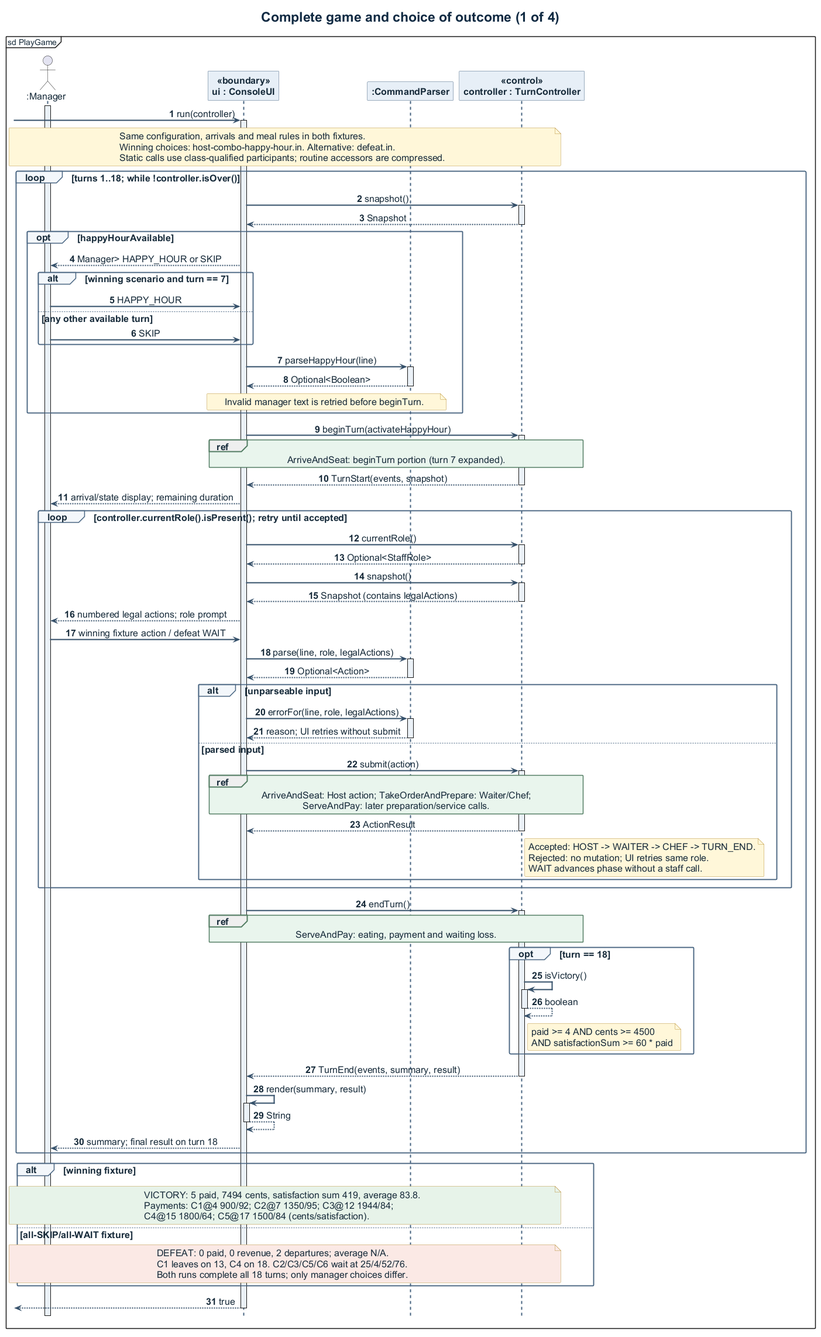
Earlier version of the PlantUML export docs/diagrams/exports/sequence-1-game.png (respoopu/SC2002-lab-assignment-final). Its source is kept beside it as docs/diagrams/sequence-1-game.puml.
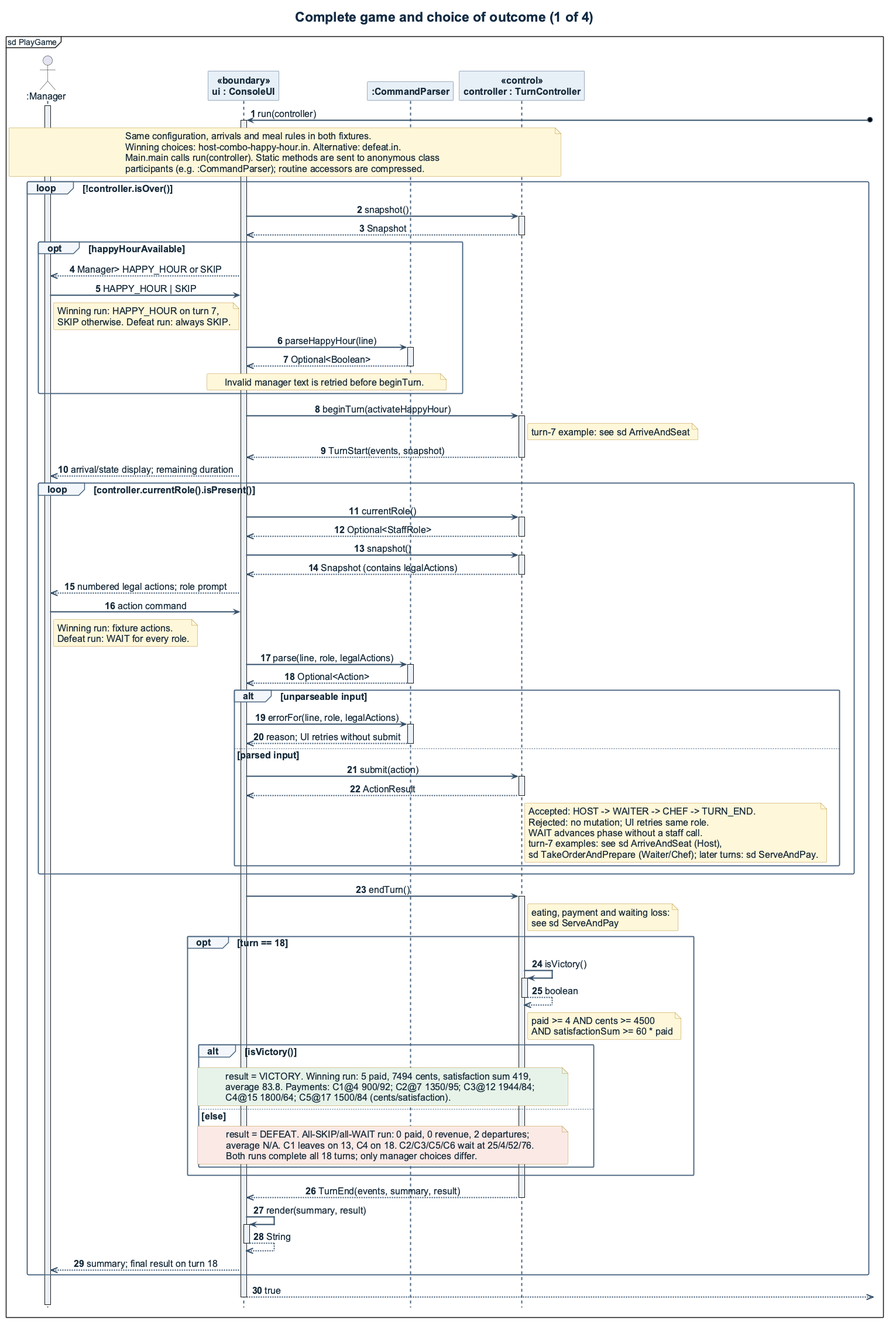
The same file after the commit.

The edit, as a diff of the source:
```diff
@@ -9,81 +9,78 @@
 participant "controller : TurnController" as TC <<control>>
 autonumber
 activate Manager
-[-> UI ++ : run(controller)
+UI <-o] ++ : run(controller)
 note over Manager, TC
   Same configuration, arrivals and meal rules in both fixtures.
   Winning choices: host-combo-happy-hour.in. Alternative: defeat.in.
-  Static calls use class-qualified participants; routine accessors are compressed.
+  Main.main calls run(controller). Static methods are sent to anonymous class
+  participants (e.g. :CommandParser); routine accessors are compressed.
 end note
-loop turns 1..18; while !controller.isOver()
+loop !controller.isOver()
   UI -> TC ++ : snapshot()
-  TC --> UI -- : Snapshot
+  TC -->> UI -- : Snapshot
   opt happyHourAvailable
-    UI --> Manager : Manager> HAPPY_HOUR or SKIP
-    alt winning scenario and turn == 7
-      Manager -> UI : HAPPY_HOUR
-    else any other available turn
-      Manager -> UI : SKIP
-    end
+    UI -->> Manager : Manager> HAPPY_HOUR or SKIP
+    Manager -> UI : HAPPY_HOUR | SKIP
+    note right of Manager : Winning run: HAPPY_HOUR on turn 7,\nSKIP otherwise. Defeat run: always SKIP.
     UI -> Parser ++ : parseHappyHour(line)
-    Parser --> UI -- : Optional<Boolean>
+    Parser -->> UI -- : Optional<Boolean>
     note over UI, Parser : Invalid manager text is retried before beginTurn.
   end
   UI -> TC ++ : beginTurn(activateHappyHour)
-  ref over UI, TC : ArriveAndSeat: beginTurn portion (turn 7 expanded).
-  TC --> UI -- : TurnStart(events, snapshot)
-  UI --> Manager : arrival/state display; remaining duration
-  loop controller.currentRole().isPresent(); retry until accepted
+  note right of TC : turn-7 example: see sd ArriveAndSeat
+  TC -->> UI -- : TurnStart(events, snapshot)
+  UI -->> Manager : arrival/state display; remaining duration
+  loop controller.currentRole().isPresent()
     UI -> TC ++ : currentRole()
-    TC --> UI -- : Optional<StaffRole>
+    TC -->> UI -- : Optional<StaffRole>
     UI -> TC ++ : snapshot()
-    TC --> UI -- : Snapshot (contains legalActions)
-    UI --> Manager : numbered legal actions; role prompt
-    Manager -> UI : winning fixture action / defeat WAIT
+    TC -->> UI -- : Snapshot (contains legalActions)
+    UI -->> Manager : numbered legal actions; role prompt
+    Manager -> UI : action command
+    note right of Manager : Winning run: fixture actions.\nDefeat run: WAIT for every role.
     UI -> Parser ++ : parse(line, role, legalActions)
-    Parser --> UI -- : Optional<Action>
+    Parser -->> UI -- : Optional<Action>
     alt unparseable input
       UI -> Parser ++ : errorFor(line, role, legalActions)
-      Parser --> UI -- : reason; UI retries without submit
+      Parser -->> UI -- : reason; UI retries without submit
     else parsed input
       UI -> TC ++ : submit(action)
-      ref over UI, TC
-        ArriveAndSeat: Host action; TakeOrderAndPrepare: Waiter/Chef;
-        ServeAndPay: later preparation/service calls.
-      end ref
-      TC --> UI -- : ActionResult
+      TC -->> UI -- : ActionResult
       note right of TC
         Accepted: HOST -> WAITER -> CHEF -> TURN_END.
         Rejected: no mutation; UI retries same role.
         WAIT advances phase without a staff call.
+        turn-7 examples: see sd ArriveAndSeat (Host),
+        sd TakeOrderAndPrepare (Waiter/Chef); later turns: sd ServeAndPay.
       end note
     end
   end
   UI -> TC ++ : endTurn()
-  ref over UI, TC : ServeAndPay: eating, payment and waiting loss.
+  note right of TC : eating, payment and waiting loss:\nsee sd ServeAndPay
   opt turn == 18
     TC -> TC ++ : isVictory()
-    TC --> TC -- : boolean
+    TC -->> TC -- : boolean
     note right of TC : paid >= 4 AND cents >= 4500\nAND satisfactionSum >= 60 * paid
+    alt isVictory()
+      note over UI, TC #E7F3E9
+        result = VICTORY. Winning run: 5 paid, 7494 cents, satisfaction sum 419,
+        average 83.8. Payments: C1@4 900/92; C2@7 1350/95; C3@12 1944/84;
+        C4@15 1800/64; C5@17 1500/84 (cents/satisfaction).
+      end note
+    else else
+      note over UI, TC #FAE9E5
+        result = DEFEAT. All-SKIP/all-WAIT run: 0 paid, 0 revenue, 2 departures;
+        average N/A. C1 leaves on 13, C4 on 18. C2/C3/C5/C6 wait at 25/4/52/76.
+        Both runs complete all 18 turns; only manager choices differ.
+      end note
+    end
   end
-  TC --> UI -- : TurnEnd(events, summary, result)
+  TC -->> UI -- : TurnEnd(events, summary, result)
   UI -> UI ++ : render(summary, result)
-  UI --> UI -- : String
-  UI --> Manager : summary; final result on turn 18
+  UI -->> UI -- : String
+  UI -->> Manager : summary; final result on turn 18
 end
-alt winning fixture
-  note over Manager, TC #E7F3E9
-    VICTORY: 5 paid, 7494 cents, satisfaction sum 419, average 83.8.
-    Payments: C1@4 900/92; C2@7 1350/95; C3@12 1944/84;
-    C4@15 1800/64; C5@17 1500/84 (cents/satisfaction).
-  end note
-else all-SKIP/all-WAIT fixture
-  note over Manager, TC #FAE9E5
-    DEFEAT: 0 paid, 0 revenue, 2 departures; average N/A.
-    C1 leaves on 13, C4 on 18. C2/C3/C5/C6 wait at 25/4/52/76.
-    Both runs complete all 18 turns; only manager choices differ.
-  end note
-end
-[<-- UI -- : true
+UI -->>] -- : true
 deactivate Manager
 @enduml
```
